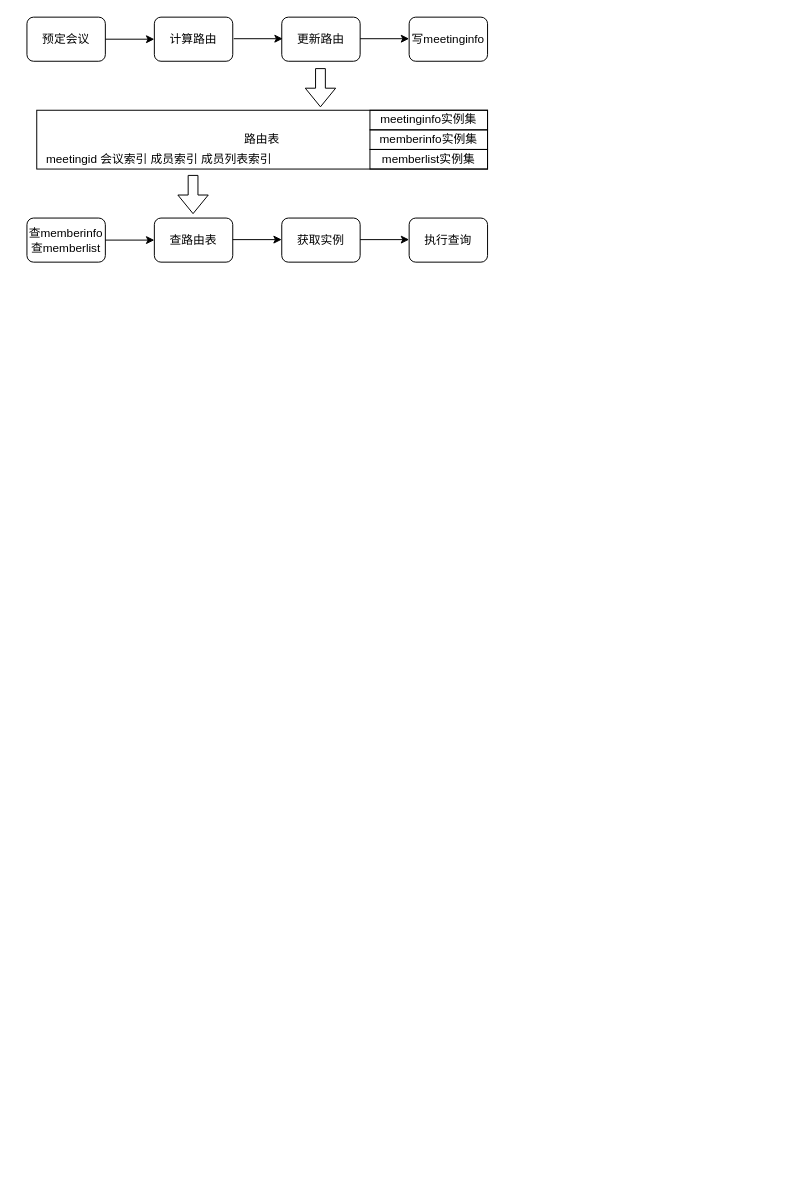
This is arch/实例拆分方案.drawio from melonshell/draw.io, a draw.io file, before an edit. Source tidied: cells renumbered, new cells numbered last; positions are measured from the earlier drawing's top-left corner, leaving out a move shared by most shapes. Both pictures are drawn from the tidied source at 98%, with x=0, y=0 at pixel (17, 17).
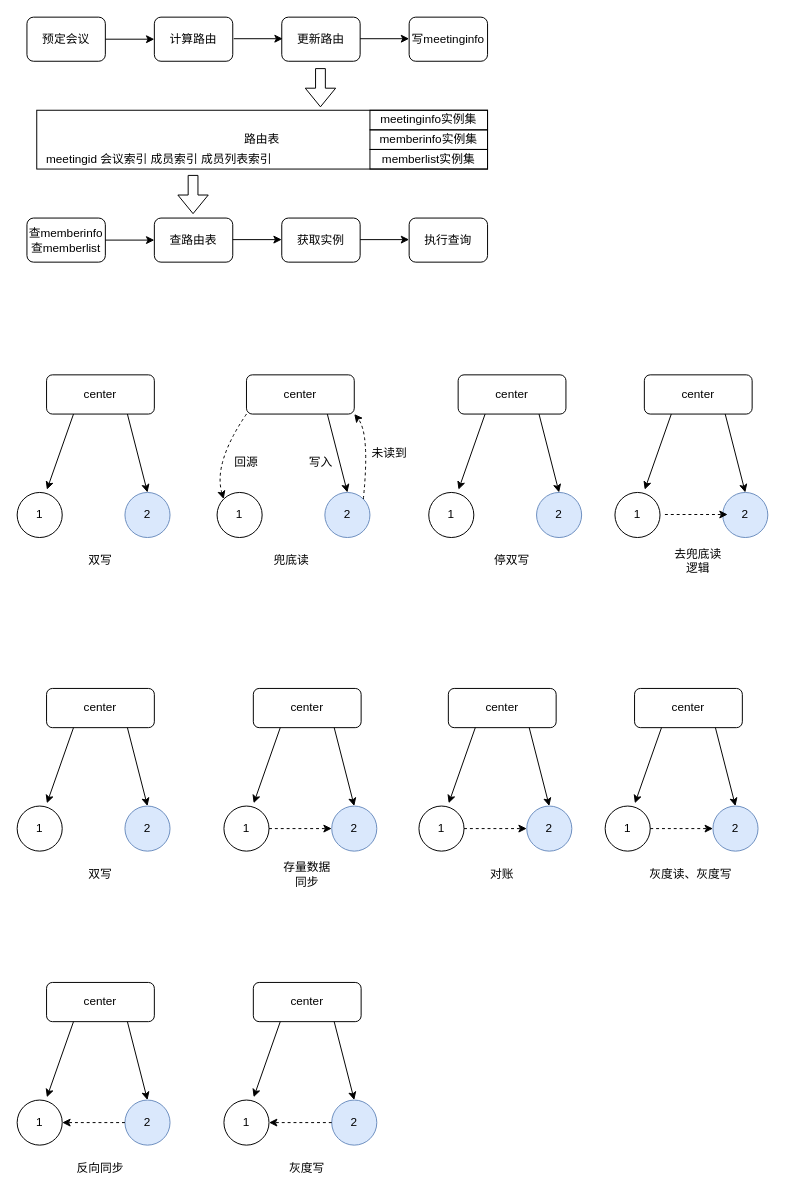
The same page after the edit.

Commit message (it also covers changes not shown here):
更新实例拆分方案.drawio

Diff of the diagram source:
```diff
@@
+    <mxCell id="24" value="center" style="rounded=1;whiteSpace=wrap;html=1;fillColor=none;" parent="1" vertex="1">
+      <mxGeometry x="30" y="365" width="110" height="40" as="geometry" />
+    </mxCell>
+    <mxCell id="25" value="1" style="ellipse;whiteSpace=wrap;html=1;fillColor=none;" parent="1" vertex="1">
+      <mxGeometry y="485" width="46" height="46" as="geometry" />
+    </mxCell>
+    <mxCell id="26" value="2" style="ellipse;whiteSpace=wrap;html=1;fillColor=#dae8fc;strokeColor=#6c8ebf;" parent="1" vertex="1">
+      <mxGeometry x="110" y="485" width="46" height="46" as="geometry" />
+    </mxCell>
+    <mxCell id="27" style="endArrow=classic;html=1;rounded=0;exitX=0.25;exitY=1;exitDx=0;exitDy=0;entryX=0.66;entryY=-0.062;entryDx=0;entryDy=0;entryPerimeter=0;" parent="1" edge="1" source="24" target="25">
+      <mxGeometry relative="1" as="geometry" />
+    </mxCell>
+    <mxCell id="28" style="endArrow=classic;html=1;rounded=0;exitX=0.75;exitY=1;exitDx=0;exitDy=0;entryX=0.5;entryY=0;entryDx=0;entryDy=0;" parent="1" edge="1" source="24" target="26">
+      <mxGeometry relative="1" as="geometry" />
+    </mxCell>
+    <mxCell id="29" value="双写" style="rounded=0;whiteSpace=wrap;html=1;fillColor=none;strokeColor=none;" parent="1" vertex="1">
+      <mxGeometry x="55" y="545" width="60" height="20" as="geometry" />
+    </mxCell>
+    <mxCell id="30" value="center" style="rounded=1;whiteSpace=wrap;html=1;fillColor=none;" parent="1" vertex="1">
+      <mxGeometry x="234" y="365" width="110" height="40" as="geometry" />
+    </mxCell>
+    <mxCell id="31" value="1" style="ellipse;whiteSpace=wrap;html=1;fillColor=none;" parent="1" vertex="1">
+      <mxGeometry x="204" y="485" width="46" height="46" as="geometry" />
+    </mxCell>
+    <mxCell id="32" value="2" style="ellipse;whiteSpace=wrap;html=1;fillColor=#dae8fc;strokeColor=#6c8ebf;" parent="1" vertex="1">
+      <mxGeometry x="314" y="485" width="46" height="46" as="geometry" />
+    </mxCell>
+    <mxCell id="33" style="endArrow=classic;html=1;rounded=0;exitX=0.75;exitY=1;exitDx=0;exitDy=0;entryX=0.5;entryY=0;entryDx=0;entryDy=0;" parent="1" edge="1" source="30" target="32">
+      <mxGeometry relative="1" as="geometry" />
+    </mxCell>
+    <mxCell id="34" value="兜底读" style="rounded=0;whiteSpace=wrap;html=1;fillColor=none;strokeColor=none;" parent="1" vertex="1">
+      <mxGeometry x="250" y="545" width="60" height="20" as="geometry" />
+    </mxCell>
+    <mxCell id="35" style="curved=1;endArrow=classic;html=1;rounded=0;exitX=1;exitY=0;exitDx=0;exitDy=0;entryX=1;entryY=1;entryDx=0;entryDy=0;dashed=1;" parent="1" edge="1" source="32" target="30">
+      <mxGeometry relative="1" as="geometry">
+        <Array as="points">
+          <mxPoint x="360" y="425" />
+        </Array>
+      </mxGeometry>
+    </mxCell>
+    <mxCell id="36" style="curved=1;endArrow=classic;html=1;rounded=0;dashed=1;exitX=0;exitY=1;exitDx=0;exitDy=0;entryX=0;entryY=0;entryDx=0;entryDy=0;" parent="1" edge="1" source="30" target="31">
+      <mxGeometry relative="1" as="geometry">
+        <Array as="points">
+          <mxPoint x="200" y="455" />
+        </Array>
+      </mxGeometry>
+    </mxCell>
+    <mxCell id="37" value="未读到" style="rounded=0;whiteSpace=wrap;html=1;fillColor=none;strokeColor=none;" parent="1" vertex="1">
+      <mxGeometry x="350" y="435" width="60" height="20" as="geometry" />
+    </mxCell>
+    <mxCell id="38" value="回源" style="rounded=0;whiteSpace=wrap;html=1;fillColor=none;strokeColor=none;" parent="1" vertex="1">
+      <mxGeometry x="204" y="445" width="60" height="20" as="geometry" />
+    </mxCell>
+    <mxCell id="39" value="写入" style="rounded=0;whiteSpace=wrap;html=1;fillColor=none;strokeColor=none;" parent="1" vertex="1">
+      <mxGeometry x="280" y="445" width="60" height="20" as="geometry" />
+    </mxCell>
+    <mxCell id="40" value="center" style="rounded=1;whiteSpace=wrap;html=1;fillColor=none;" parent="1" vertex="1">
+      <mxGeometry x="30" y="685" width="110" height="40" as="geometry" />
+    </mxCell>
+    <mxCell id="41" value="1" style="ellipse;whiteSpace=wrap;html=1;fillColor=none;" parent="1" vertex="1">
+      <mxGeometry y="805" width="46" height="46" as="geometry" />
+    </mxCell>
+    <mxCell id="42" value="2" style="ellipse;whiteSpace=wrap;html=1;fillColor=#dae8fc;strokeColor=#6c8ebf;" parent="1" vertex="1">
+      <mxGeometry x="110" y="805" width="46" height="46" as="geometry" />
+    </mxCell>
+    <mxCell id="43" style="endArrow=classic;html=1;rounded=0;exitX=0.25;exitY=1;exitDx=0;exitDy=0;entryX=0.66;entryY=-0.062;entryDx=0;entryDy=0;entryPerimeter=0;" parent="1" edge="1" source="40" target="41">
+      <mxGeometry relative="1" as="geometry" />
+    </mxCell>
+    <mxCell id="44" style="endArrow=classic;html=1;rounded=0;exitX=0.75;exitY=1;exitDx=0;exitDy=0;entryX=0.5;entryY=0;entryDx=0;entryDy=0;" parent="1" edge="1" source="40" target="42">
+      <mxGeometry relative="1" as="geometry" />
+    </mxCell>
+    <mxCell id="45" value="双写" style="rounded=0;whiteSpace=wrap;html=1;fillColor=none;strokeColor=none;" parent="1" vertex="1">
+      <mxGeometry x="55" y="865" width="60" height="20" as="geometry" />
+    </mxCell>
+    <mxCell id="46" value="center" style="rounded=1;whiteSpace=wrap;html=1;fillColor=none;" parent="1" vertex="1">
+      <mxGeometry x="241" y="685" width="110" height="40" as="geometry" />
+    </mxCell>
+    <mxCell id="47" value="1" style="ellipse;whiteSpace=wrap;html=1;fillColor=none;" parent="1" vertex="1">
+      <mxGeometry x="211" y="805" width="46" height="46" as="geometry" />
+    </mxCell>
+    <mxCell id="48" value="2" style="ellipse;whiteSpace=wrap;html=1;fillColor=#dae8fc;strokeColor=#6c8ebf;" parent="1" vertex="1">
+      <mxGeometry x="321" y="805" width="46" height="46" as="geometry" />
+    </mxCell>
+    <mxCell id="49" style="endArrow=classic;html=1;rounded=0;exitX=0.25;exitY=1;exitDx=0;exitDy=0;entryX=0.66;entryY=-0.062;entryDx=0;entryDy=0;entryPerimeter=0;" parent="1" edge="1" source="46" target="47">
+      <mxGeometry relative="1" as="geometry" />
+    </mxCell>
+    <mxCell id="50" style="endArrow=classic;html=1;rounded=0;exitX=0.75;exitY=1;exitDx=0;exitDy=0;entryX=0.5;entryY=0;entryDx=0;entryDy=0;" parent="1" edge="1" source="46" target="48">
+      <mxGeometry relative="1" as="geometry" />
+    </mxCell>
+    <mxCell id="51" value="存量数据同步" style="rounded=0;whiteSpace=wrap;html=1;fillColor=none;strokeColor=none;" parent="1" vertex="1">
+      <mxGeometry x="266" y="865" width="60" height="20" as="geometry" />
+    </mxCell>
+    <mxCell id="52" style="endArrow=classic;html=1;rounded=0;dashed=1;exitX=1;exitY=0.5;exitDx=0;exitDy=0;entryX=0;entryY=0.5;entryDx=0;entryDy=0;" parent="1" edge="1" source="47" target="48">
+      <mxGeometry relative="1" as="geometry" />
+    </mxCell>
+    <mxCell id="53" value="center" style="rounded=1;whiteSpace=wrap;html=1;fillColor=none;" parent="1" vertex="1">
+      <mxGeometry x="450" y="365" width="110" height="40" as="geometry" />
+    </mxCell>
+    <mxCell id="54" value="1" style="ellipse;whiteSpace=wrap;html=1;fillColor=none;" parent="1" vertex="1">
+      <mxGeometry x="420" y="485" width="46" height="46" as="geometry" />
+    </mxCell>
+    <mxCell id="55" value="2" style="ellipse;whiteSpace=wrap;html=1;fillColor=#dae8fc;strokeColor=#6c8ebf;" parent="1" vertex="1">
+      <mxGeometry x="530" y="485" width="46" height="46" as="geometry" />
+    </mxCell>
+    <mxCell id="56" style="endArrow=classic;html=1;rounded=0;exitX=0.25;exitY=1;exitDx=0;exitDy=0;entryX=0.66;entryY=-0.062;entryDx=0;entryDy=0;entryPerimeter=0;" parent="1" edge="1" source="53" target="54">
+      <mxGeometry relative="1" as="geometry" />
+    </mxCell>
+    <mxCell id="57" style="endArrow=classic;html=1;rounded=0;exitX=0.75;exitY=1;exitDx=0;exitDy=0;entryX=0.5;entryY=0;entryDx=0;entryDy=0;" parent="1" edge="1" source="53" target="55">
+      <mxGeometry relative="1" as="geometry" />
+    </mxCell>
+    <mxCell id="58" value="停双写" style="rounded=0;whiteSpace=wrap;html=1;fillColor=none;strokeColor=none;" parent="1" vertex="1">
+      <mxGeometry x="475" y="545" width="60" height="20" as="geometry" />
+    </mxCell>
+    <mxCell id="59" value="center" style="rounded=1;whiteSpace=wrap;html=1;fillColor=none;" parent="1" vertex="1">
+      <mxGeometry x="440" y="685" width="110" height="40" as="geometry" />
+    </mxCell>
+    <mxCell id="60" value="1" style="ellipse;whiteSpace=wrap;html=1;fillColor=none;" parent="1" vertex="1">
+      <mxGeometry x="410" y="805" width="46" height="46" as="geometry" />
+    </mxCell>
+    <mxCell id="61" value="2" style="ellipse;whiteSpace=wrap;html=1;fillColor=#dae8fc;strokeColor=#6c8ebf;" parent="1" vertex="1">
+      <mxGeometry x="520" y="805" width="46" height="46" as="geometry" />
+    </mxCell>
+    <mxCell id="62" style="endArrow=classic;html=1;rounded=0;exitX=0.25;exitY=1;exitDx=0;exitDy=0;entryX=0.66;entryY=-0.062;entryDx=0;entryDy=0;entryPerimeter=0;" parent="1" edge="1" source="59" target="60">
+      <mxGeometry relative="1" as="geometry" />
+    </mxCell>
+    <mxCell id="63" style="endArrow=classic;html=1;rounded=0;exitX=0.75;exitY=1;exitDx=0;exitDy=0;entryX=0.5;entryY=0;entryDx=0;entryDy=0;" parent="1" edge="1" source="59" target="61">
+      <mxGeometry relative="1" as="geometry" />
+    </mxCell>
+    <mxCell id="64" value="对账" style="rounded=0;whiteSpace=wrap;html=1;fillColor=none;strokeColor=none;" parent="1" vertex="1">
+      <mxGeometry x="465" y="865" width="60" height="20" as="geometry" />
+    </mxCell>
+    <mxCell id="65" style="endArrow=classic;html=1;rounded=0;dashed=1;exitX=1;exitY=0.5;exitDx=0;exitDy=0;entryX=0;entryY=0.5;entryDx=0;entryDy=0;" parent="1" edge="1" source="60" target="61">
+      <mxGeometry relative="1" as="geometry" />
+    </mxCell>
+    <mxCell id="66" value="center" style="rounded=1;whiteSpace=wrap;html=1;fillColor=none;" parent="1" vertex="1">
+      <mxGeometry x="640" y="365" width="110" height="40" as="geometry" />
+    </mxCell>
+    <mxCell id="67" value="1" style="ellipse;whiteSpace=wrap;html=1;fillColor=none;" parent="1" vertex="1">
+      <mxGeometry x="610" y="485" width="46" height="46" as="geometry" />
+    </mxCell>
+    <mxCell id="68" value="2" style="ellipse;whiteSpace=wrap;html=1;fillColor=#dae8fc;strokeColor=#6c8ebf;" parent="1" vertex="1">
+      <mxGeometry x="720" y="485" width="46" height="46" as="geometry" />
+    </mxCell>
+    <mxCell id="69" style="endArrow=classic;html=1;rounded=0;exitX=0.25;exitY=1;exitDx=0;exitDy=0;entryX=0.66;entryY=-0.062;entryDx=0;entryDy=0;entryPerimeter=0;" parent="1" edge="1" source="66" target="67">
+      <mxGeometry relative="1" as="geometry" />
+    </mxCell>
+    <mxCell id="70" style="endArrow=classic;html=1;rounded=0;exitX=0.75;exitY=1;exitDx=0;exitDy=0;entryX=0.5;entryY=0;entryDx=0;entryDy=0;" parent="1" edge="1" source="66" target="68">
+      <mxGeometry relative="1" as="geometry" />
+    </mxCell>
+    <mxCell id="71" value="去兜底读逻辑" style="rounded=0;whiteSpace=wrap;html=1;fillColor=none;strokeColor=none;" parent="1" vertex="1">
+      <mxGeometry x="665" y="545" width="60" height="20" as="geometry" />
+    </mxCell>
+    <mxCell id="72" style="endArrow=classic;html=1;rounded=0;dashed=1;exitX=1;exitY=0.5;exitDx=0;exitDy=0;entryX=0;entryY=0.5;entryDx=0;entryDy=0;" parent="1" edge="1">
+      <mxGeometry relative="1" as="geometry">
+        <mxPoint x="661" y="507.5" as="sourcePoint" />
+        <mxPoint x="725" y="507.5" as="targetPoint" />
+      </mxGeometry>
+    </mxCell>
+    <mxCell id="73" value="center" style="rounded=1;whiteSpace=wrap;html=1;fillColor=none;" parent="1" vertex="1">
+      <mxGeometry x="630" y="685" width="110" height="40" as="geometry" />
+    </mxCell>
+    <mxCell id="74" value="1" style="ellipse;whiteSpace=wrap;html=1;fillColor=none;" parent="1" vertex="1">
+      <mxGeometry x="600" y="805" width="46" height="46" as="geometry" />
+    </mxCell>
+    <mxCell id="75" value="2" style="ellipse;whiteSpace=wrap;html=1;fillColor=#dae8fc;strokeColor=#6c8ebf;" parent="1" vertex="1">
+      <mxGeometry x="710" y="805" width="46" height="46" as="geometry" />
+    </mxCell>
+    <mxCell id="76" style="endArrow=classic;html=1;rounded=0;exitX=0.25;exitY=1;exitDx=0;exitDy=0;entryX=0.66;entryY=-0.062;entryDx=0;entryDy=0;entryPerimeter=0;" parent="1" edge="1" source="73" target="74">
+      <mxGeometry relative="1" as="geometry" />
+    </mxCell>
+    <mxCell id="77" style="endArrow=classic;html=1;rounded=0;exitX=0.75;exitY=1;exitDx=0;exitDy=0;entryX=0.5;entryY=0;entryDx=0;entryDy=0;" parent="1" edge="1" source="73" target="75">
+      <mxGeometry relative="1" as="geometry" />
+    </mxCell>
+    <mxCell id="78" value="灰度读、灰度写" style="rounded=0;whiteSpace=wrap;html=1;fillColor=none;strokeColor=none;" parent="1" vertex="1">
+      <mxGeometry x="640" y="865" width="95" height="20" as="geometry" />
+    </mxCell>
+    <mxCell id="79" style="endArrow=classic;html=1;rounded=0;dashed=1;exitX=1;exitY=0.5;exitDx=0;exitDy=0;entryX=0;entryY=0.5;entryDx=0;entryDy=0;" parent="1" edge="1" source="74" target="75">
+      <mxGeometry relative="1" as="geometry" />
+    </mxCell>
+    <mxCell id="80" value="center" style="rounded=1;whiteSpace=wrap;html=1;fillColor=none;" parent="1" vertex="1">
+      <mxGeometry x="30" y="985" width="110" height="40" as="geometry" />
+    </mxCell>
+    <mxCell id="81" value="1" style="ellipse;whiteSpace=wrap;html=1;fillColor=none;" parent="1" vertex="1">
+      <mxGeometry y="1105" width="46" height="46" as="geometry" />
+    </mxCell>
+    <mxCell id="82" value="2" style="ellipse;whiteSpace=wrap;html=1;fillColor=#dae8fc;strokeColor=#6c8ebf;" parent="1" vertex="1">
+      <mxGeometry x="110" y="1105" width="46" height="46" as="geometry" />
+    </mxCell>
+    <mxCell id="83" style="endArrow=classic;html=1;rounded=0;exitX=0.25;exitY=1;exitDx=0;exitDy=0;entryX=0.66;entryY=-0.062;entryDx=0;entryDy=0;entryPerimeter=0;" parent="1" edge="1" source="80" target="81">
+      <mxGeometry relative="1" as="geometry" />
+    </mxCell>
+    <mxCell id="84" style="endArrow=classic;html=1;rounded=0;exitX=0.75;exitY=1;exitDx=0;exitDy=0;entryX=0.5;entryY=0;entryDx=0;entryDy=0;" parent="1" edge="1" source="80" target="82">
+      <mxGeometry relative="1" as="geometry" />
+    </mxCell>
+    <mxCell id="85" value="反向同步" style="rounded=0;whiteSpace=wrap;html=1;fillColor=none;strokeColor=none;" parent="1" vertex="1">
+      <mxGeometry x="55" y="1165" width="60" height="20" as="geometry" />
+    </mxCell>
+    <mxCell id="86" style="endArrow=classic;html=1;rounded=0;dashed=1;entryX=1;entryY=0.5;entryDx=0;entryDy=0;exitX=0;exitY=0.5;exitDx=0;exitDy=0;" parent="1" edge="1" source="82" target="81">
+      <mxGeometry relative="1" as="geometry" />
+    </mxCell>
+    <mxCell id="87" value="center" style="rounded=1;whiteSpace=wrap;html=1;fillColor=none;" parent="1" vertex="1">
+      <mxGeometry x="241" y="985" width="110" height="40" as="geometry" />
+    </mxCell>
+    <mxCell id="88" value="1" style="ellipse;whiteSpace=wrap;html=1;fillColor=none;" parent="1" vertex="1">
+      <mxGeometry x="211" y="1105" width="46" height="46" as="geometry" />
+    </mxCell>
+    <mxCell id="89" value="2" style="ellipse;whiteSpace=wrap;html=1;fillColor=#dae8fc;strokeColor=#6c8ebf;" parent="1" vertex="1">
+      <mxGeometry x="321" y="1105" width="46" height="46" as="geometry" />
+    </mxCell>
+    <mxCell id="90" style="endArrow=classic;html=1;rounded=0;exitX=0.25;exitY=1;exitDx=0;exitDy=0;entryX=0.66;entryY=-0.062;entryDx=0;entryDy=0;entryPerimeter=0;" parent="1" edge="1" source="87" target="88">
+      <mxGeometry relative="1" as="geometry" />
+    </mxCell>
+    <mxCell id="91" style="endArrow=classic;html=1;rounded=0;exitX=0.75;exitY=1;exitDx=0;exitDy=0;entryX=0.5;entryY=0;entryDx=0;entryDy=0;" parent="1" edge="1" source="87" target="89">
+      <mxGeometry relative="1" as="geometry" />
+    </mxCell>
+    <mxCell id="92" value="灰度写" style="rounded=0;whiteSpace=wrap;html=1;fillColor=none;strokeColor=none;" parent="1" vertex="1">
+      <mxGeometry x="266" y="1165" width="60" height="20" as="geometry" />
+    </mxCell>
+    <mxCell id="93" style="endArrow=classic;html=1;rounded=0;dashed=1;entryX=1;entryY=0.5;entryDx=0;entryDy=0;exitX=0;exitY=0.5;exitDx=0;exitDy=0;" parent="1" edge="1" source="89" target="88">
+      <mxGeometry relative="1" as="geometry" />
+    </mxCell>
```
